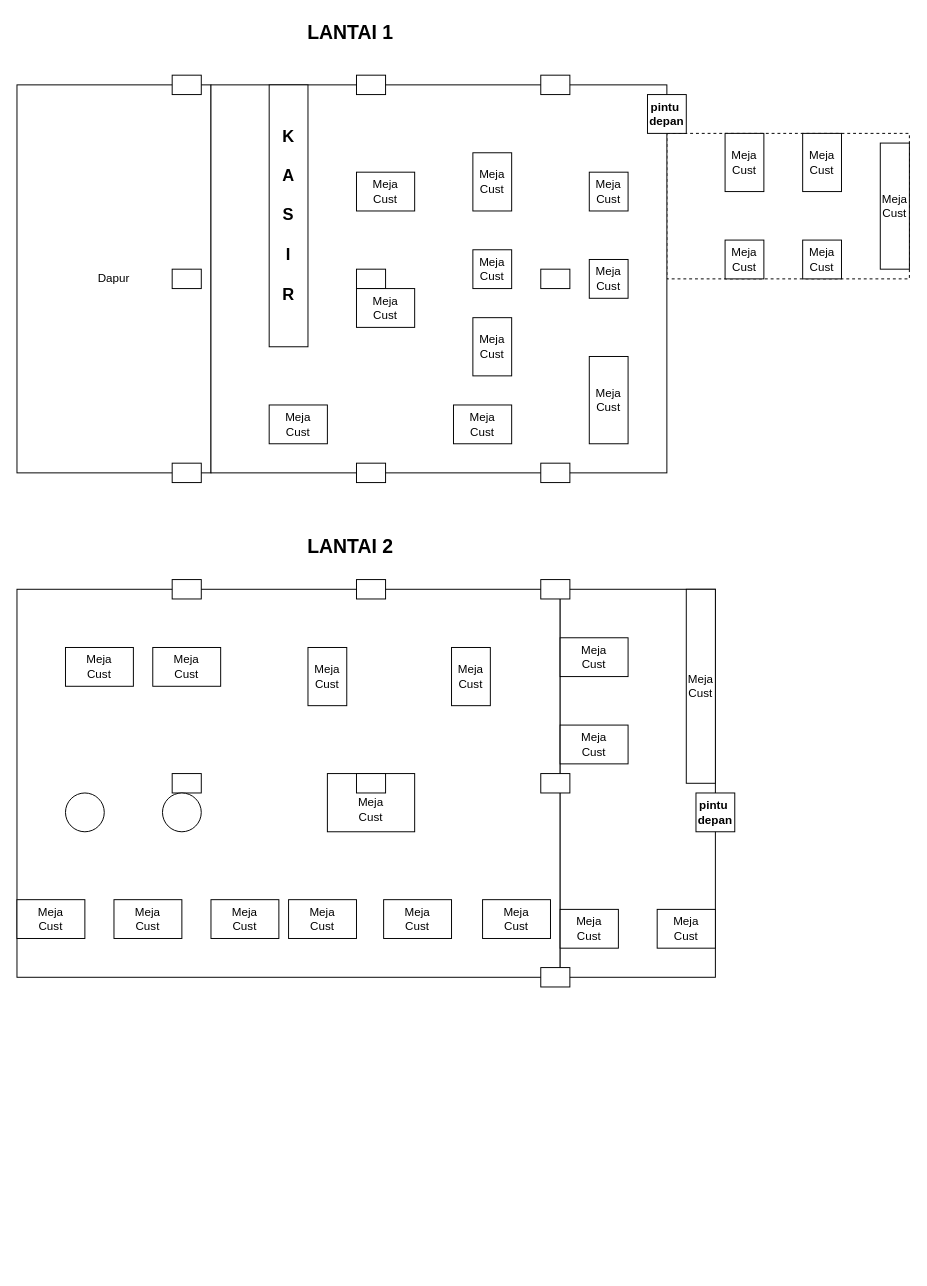
Earlier version of the draw.io diagram page "Tembalang" (1 of 3) of Denah Antarakata Trilogy.drawio (hnkzf/topologi-site). Source tidied: cells renumbered, new cells numbered last; positions are measured from the earlier drawing's top-left corner, leaving out a move shared by most shapes. Both pictures are drawn from the tidied source at 97%, with x=0, y=0 at pixel (16, 16).
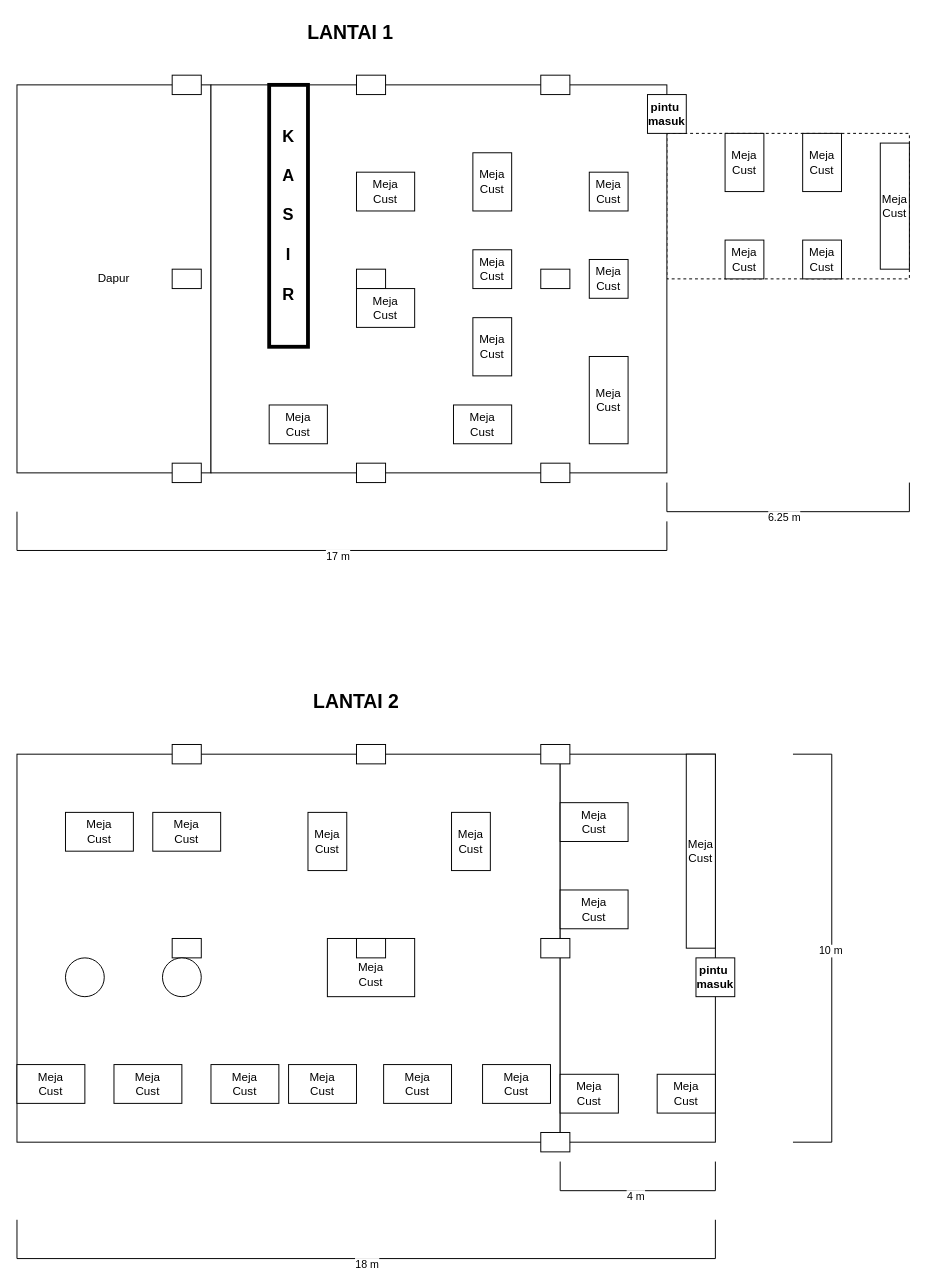
The same diagram, later.

The edit, as a diff of the source:
```diff
@@
     <mxCell id="3" style="rounded=0;whiteSpace=wrap;html=1;" parent="1" vertex="1">
-      <mxGeometry y="590" width="560" height="400" as="geometry" />
+      <mxGeometry y="760" width="560" height="400" as="geometry" />
     </mxCell>
     <mxCell id="4" value="&lt;div&gt;&lt;br&gt;&lt;/div&gt;Meja&lt;div&gt;Cust&lt;/div&gt;" style="rounded=0;whiteSpace=wrap;html=1;" parent="1" vertex="1">
-      <mxGeometry x="320" y="780" width="90" height="60" as="geometry" />
+      <mxGeometry x="320" y="950" width="90" height="60" as="geometry" />
     </mxCell>
@@
-    <mxCell id="7" value="pintu&amp;nbsp;&lt;div&gt;depan&lt;/div&gt;" style="rounded=0;whiteSpace=wrap;html=1;fontStyle=1;" parent="1" vertex="1">
+    <mxCell id="7" value="pintu&amp;nbsp;&lt;div&gt;masuk&lt;/div&gt;" style="rounded=0;whiteSpace=wrap;html=1;fontStyle=1;" parent="1" vertex="1">
       <mxGeometry x="650" y="80" width="40" height="40" as="geometry" />
     </mxCell>
@@
-    <mxCell id="14" value="K&lt;div&gt;&lt;br&gt;&lt;/div&gt;&lt;div&gt;A&lt;/div&gt;&lt;div&gt;&lt;br&gt;&lt;/div&gt;&lt;div&gt;S&lt;/div&gt;&lt;div&gt;&lt;br&gt;&lt;/div&gt;&lt;div&gt;I&lt;/div&gt;&lt;div&gt;&lt;br&gt;&lt;/div&gt;&lt;div&gt;R&lt;/div&gt;" style="rounded=0;whiteSpace=wrap;html=1;fontStyle=1;fontSize=17;" parent="1" vertex="1">
+    <mxCell id="14" value="K&lt;div&gt;&lt;br&gt;&lt;/div&gt;&lt;div&gt;A&lt;/div&gt;&lt;div&gt;&lt;br&gt;&lt;/div&gt;&lt;div&gt;S&lt;/div&gt;&lt;div&gt;&lt;br&gt;&lt;/div&gt;&lt;div&gt;I&lt;/div&gt;&lt;div&gt;&lt;br&gt;&lt;/div&gt;&lt;div&gt;R&lt;/div&gt;" style="rounded=0;whiteSpace=wrap;html=1;fontStyle=1;fontSize=17;strokeWidth=3.937;" parent="1" vertex="1">
       <mxGeometry x="260" y="70" width="40" height="270" as="geometry" />
     </mxCell>
@@
     <mxCell id="26" style="rounded=0;whiteSpace=wrap;html=1;" parent="1" vertex="1">
-      <mxGeometry x="560" y="590" width="160" height="400" as="geometry" />
+      <mxGeometry x="560" y="760" width="160" height="400" as="geometry" />
     </mxCell>
-    <mxCell id="27" value="pintu&amp;nbsp;&lt;div&gt;depan&lt;/div&gt;" style="rounded=0;whiteSpace=wrap;html=1;fontStyle=1;" parent="1" vertex="1">
-      <mxGeometry x="700" y="800" width="40" height="40" as="geometry" />
+    <mxCell id="27" value="pintu&amp;nbsp;&lt;div&gt;masuk&lt;/div&gt;" style="rounded=0;whiteSpace=wrap;html=1;fontStyle=1;" parent="1" vertex="1">
+      <mxGeometry x="700" y="970" width="40" height="40" as="geometry" />
     </mxCell>
     <mxCell id="28" value="Meja&lt;div&gt;Cust&lt;/div&gt;" style="rounded=0;whiteSpace=wrap;html=1;" parent="1" vertex="1">
-      <mxGeometry x="690" y="590" width="30" height="200" as="geometry" />
+      <mxGeometry x="690" y="760" width="30" height="200" as="geometry" />
     </mxCell>
     <mxCell id="29" value="Meja&lt;div&gt;Cust&lt;/div&gt;" style="rounded=0;whiteSpace=wrap;html=1;" parent="1" vertex="1">
-      <mxGeometry x="300" y="650" width="40" height="60" as="geometry" />
+      <mxGeometry x="300" y="820" width="40" height="60" as="geometry" />
     </mxCell>
     <mxCell id="30" value="Meja&lt;div&gt;Cust&lt;/div&gt;" style="rounded=0;whiteSpace=wrap;html=1;" parent="1" vertex="1">
-      <mxGeometry x="480" y="910" width="70" height="40" as="geometry" />
+      <mxGeometry x="480" y="1080" width="70" height="40" as="geometry" />
     </mxCell>
     <mxCell id="31" value="Meja&lt;div&gt;Cust&lt;/div&gt;" style="rounded=0;whiteSpace=wrap;html=1;" parent="1" vertex="1">
-      <mxGeometry x="660" y="920" width="60" height="40" as="geometry" />
+      <mxGeometry x="660" y="1090" width="60" height="40" as="geometry" />
     </mxCell>
@@
     <mxCell id="35" style="rounded=0;whiteSpace=wrap;html=1;" parent="1" vertex="1">
-      <mxGeometry x="160" y="780" width="30" height="20" as="geometry" />
+      <mxGeometry x="160" y="950" width="30" height="20" as="geometry" />
     </mxCell>
     <mxCell id="36" style="rounded=0;whiteSpace=wrap;html=1;" parent="1" vertex="1">
-      <mxGeometry x="160" y="580" width="30" height="20" as="geometry" />
+      <mxGeometry x="160" y="750" width="30" height="20" as="geometry" />
     </mxCell>
     <mxCell id="37" style="rounded=0;whiteSpace=wrap;html=1;" parent="1" vertex="1">
-      <mxGeometry x="350" y="780" width="30" height="20" as="geometry" />
+      <mxGeometry x="350" y="950" width="30" height="20" as="geometry" />
     </mxCell>
     <mxCell id="38" style="rounded=0;whiteSpace=wrap;html=1;" parent="1" vertex="1">
-      <mxGeometry x="350" y="580" width="30" height="20" as="geometry" />
+      <mxGeometry x="350" y="750" width="30" height="20" as="geometry" />
     </mxCell>
     <mxCell id="39" style="rounded=0;whiteSpace=wrap;html=1;" parent="1" vertex="1">
-      <mxGeometry x="540" y="780" width="30" height="20" as="geometry" />
+      <mxGeometry x="540" y="950" width="30" height="20" as="geometry" />
     </mxCell>
     <mxCell id="40" style="rounded=0;whiteSpace=wrap;html=1;" parent="1" vertex="1">
-      <mxGeometry x="540" y="580" width="30" height="20" as="geometry" />
+      <mxGeometry x="540" y="750" width="30" height="20" as="geometry" />
     </mxCell>
     <mxCell id="41" style="rounded=0;whiteSpace=wrap;html=1;" parent="1" vertex="1">
-      <mxGeometry x="540" y="980" width="30" height="20" as="geometry" />
+      <mxGeometry x="540" y="1150" width="30" height="20" as="geometry" />
     </mxCell>
     <mxCell id="42" value="Meja&lt;div&gt;Cust&lt;/div&gt;" style="rounded=0;whiteSpace=wrap;html=1;" parent="1" vertex="1">
-      <mxGeometry x="378" y="910" width="70" height="40" as="geometry" />
+      <mxGeometry x="378" y="1080" width="70" height="40" as="geometry" />
     </mxCell>
     <mxCell id="43" value="Meja&lt;div&gt;Cust&lt;/div&gt;" style="rounded=0;whiteSpace=wrap;html=1;" parent="1" vertex="1">
-      <mxGeometry x="280" y="910" width="70" height="40" as="geometry" />
+      <mxGeometry x="280" y="1080" width="70" height="40" as="geometry" />
     </mxCell>
     <mxCell id="44" value="Meja&lt;div&gt;Cust&lt;/div&gt;" style="rounded=0;whiteSpace=wrap;html=1;" parent="1" vertex="1">
-      <mxGeometry x="200" y="910" width="70" height="40" as="geometry" />
+      <mxGeometry x="200" y="1080" width="70" height="40" as="geometry" />
     </mxCell>
     <mxCell id="45" value="Meja&lt;div&gt;Cust&lt;/div&gt;" style="rounded=0;whiteSpace=wrap;html=1;" parent="1" vertex="1">
-      <mxGeometry x="100" y="910" width="70" height="40" as="geometry" />
+      <mxGeometry x="100" y="1080" width="70" height="40" as="geometry" />
     </mxCell>
     <mxCell id="46" value="Meja&lt;div&gt;Cust&lt;/div&gt;" style="rounded=0;whiteSpace=wrap;html=1;" parent="1" vertex="1">
-      <mxGeometry y="910" width="70" height="40" as="geometry" />
+      <mxGeometry y="1080" width="70" height="40" as="geometry" />
     </mxCell>
     <mxCell id="47" value="Meja&lt;div&gt;Cust&lt;/div&gt;" style="rounded=0;whiteSpace=wrap;html=1;" parent="1" vertex="1">
-      <mxGeometry x="50" y="650" width="70" height="40" as="geometry" />
+      <mxGeometry x="50" y="820" width="70" height="40" as="geometry" />
     </mxCell>
     <mxCell id="48" value="Meja&lt;div&gt;Cust&lt;/div&gt;" style="rounded=0;whiteSpace=wrap;html=1;" parent="1" vertex="1">
-      <mxGeometry x="140" y="650" width="70" height="40" as="geometry" />
+      <mxGeometry x="140" y="820" width="70" height="40" as="geometry" />
     </mxCell>
     <mxCell id="49" value="Meja&lt;div&gt;Cust&lt;/div&gt;" style="rounded=0;whiteSpace=wrap;html=1;" parent="1" vertex="1">
-      <mxGeometry x="448" y="650" width="40" height="60" as="geometry" />
+      <mxGeometry x="448" y="820" width="40" height="60" as="geometry" />
     </mxCell>
     <mxCell id="50" style="ellipse;whiteSpace=wrap;html=1;" parent="1" vertex="1">
-      <mxGeometry x="150" y="800" width="40" height="40" as="geometry" />
+      <mxGeometry x="150" y="970" width="40" height="40" as="geometry" />
     </mxCell>
     <mxCell id="51" style="ellipse;whiteSpace=wrap;html=1;" parent="1" vertex="1">
-      <mxGeometry x="50" y="800" width="40" height="40" as="geometry" />
+      <mxGeometry x="50" y="970" width="40" height="40" as="geometry" />
     </mxCell>
     <mxCell id="52" value="Meja&lt;div&gt;Cust&lt;/div&gt;" style="rounded=0;whiteSpace=wrap;html=1;" parent="1" vertex="1">
-      <mxGeometry x="560" y="640" width="70" height="40" as="geometry" />
+      <mxGeometry x="560" y="810" width="70" height="40" as="geometry" />
     </mxCell>
     <mxCell id="53" value="Meja&lt;div&gt;Cust&lt;/div&gt;" style="rounded=0;whiteSpace=wrap;html=1;" parent="1" vertex="1">
-      <mxGeometry x="560" y="730" width="70" height="40" as="geometry" />
+      <mxGeometry x="560" y="900" width="70" height="40" as="geometry" />
     </mxCell>
     <mxCell id="54" value="Meja&lt;div&gt;Cust&lt;/div&gt;" style="rounded=0;whiteSpace=wrap;html=1;" parent="1" vertex="1">
-      <mxGeometry x="560" y="920" width="60" height="40" as="geometry" />
+      <mxGeometry x="560" y="1090" width="60" height="40" as="geometry" />
     </mxCell>
     <mxCell id="55" value="LANTAI 2" style="text;html=1;whiteSpace=wrap;strokeColor=none;fillColor=none;align=center;verticalAlign=middle;rounded=0;fontStyle=1;fontSize=20;" parent="1" vertex="1">
-      <mxGeometry x="274" y="530" width="140" height="30" as="geometry" />
+      <mxGeometry x="280" y="690" width="140" height="30" as="geometry" />
     </mxCell>
@@
+    <mxCell id="61" style="endArrow=none;html=1;rounded=0;" parent="1" edge="1">
+      <mxGeometry relative="1" as="geometry">
+        <mxPoint y="1240" as="sourcePoint" />
+        <mxPoint x="720" y="1240" as="targetPoint" />
+        <Array as="points">
+          <mxPoint y="1280" />
+          <mxPoint x="720" y="1280" />
+        </Array>
+      </mxGeometry>
+    </mxCell>
+    <mxCell id="62" value="18 m" style="edgeLabel;html=1;align=center;verticalAlign=middle;" parent="61" vertex="1">
+      <mxGeometry y="-5" relative="1" as="geometry" />
+    </mxCell>
+    <mxCell id="63" style="endArrow=none;html=1;rounded=0;" parent="1" edge="1">
+      <mxGeometry relative="1" as="geometry">
+        <mxPoint x="800" y="1160" as="sourcePoint" />
+        <mxPoint x="800" y="760" as="targetPoint" />
+        <Array as="points">
+          <mxPoint x="840" y="1160" />
+          <mxPoint x="840" y="760" />
+        </Array>
+      </mxGeometry>
+    </mxCell>
+    <mxCell id="64" value="10 m" style="edgeLabel;html=1;align=center;verticalAlign=middle;" parent="63" vertex="1">
+      <mxGeometry x="-0.01" y="2" relative="1" as="geometry" />
+    </mxCell>
+    <mxCell id="65" style="endArrow=none;html=1;rounded=0;" parent="1" edge="1">
+      <mxGeometry relative="1" as="geometry">
+        <mxPoint x="560" y="1180" as="sourcePoint" />
+        <mxPoint x="720" y="1180" as="targetPoint" />
+        <Array as="points">
+          <mxPoint x="560" y="1210" />
+          <mxPoint x="720" y="1210" />
+        </Array>
+      </mxGeometry>
+    </mxCell>
+    <mxCell id="66" value="4 m" style="edgeLabel;html=1;align=center;verticalAlign=middle;" parent="65" vertex="1">
+      <mxGeometry x="-0.03" y="-5" relative="1" as="geometry" />
+    </mxCell>
+    <mxCell id="67" style="endArrow=none;html=1;rounded=0;" parent="1" edge="1">
+      <mxGeometry relative="1" as="geometry">
+        <mxPoint x="670" y="480" as="sourcePoint" />
+        <mxPoint x="920" y="480" as="targetPoint" />
+        <Array as="points">
+          <mxPoint x="670" y="510" />
+          <mxPoint x="920" y="510" />
+        </Array>
+      </mxGeometry>
+    </mxCell>
+    <mxCell id="68" value="6.25 m" style="edgeLabel;html=1;align=center;verticalAlign=middle;" parent="67" vertex="1">
+      <mxGeometry x="-0.03" y="-5" relative="1" as="geometry" />
+    </mxCell>
+    <mxCell id="69" style="endArrow=none;html=1;rounded=0;" parent="1" edge="1">
+      <mxGeometry relative="1" as="geometry">
+        <mxPoint y="510" as="sourcePoint" />
+        <mxPoint x="670" y="520" as="targetPoint" />
+        <Array as="points">
+          <mxPoint y="550" />
+          <mxPoint x="670" y="550" />
+        </Array>
+      </mxGeometry>
+    </mxCell>
+    <mxCell id="70" value="17 m" style="edgeLabel;html=1;align=center;verticalAlign=middle;" parent="69" vertex="1">
+      <mxGeometry y="-5" relative="1" as="geometry" />
+    </mxCell>
```
